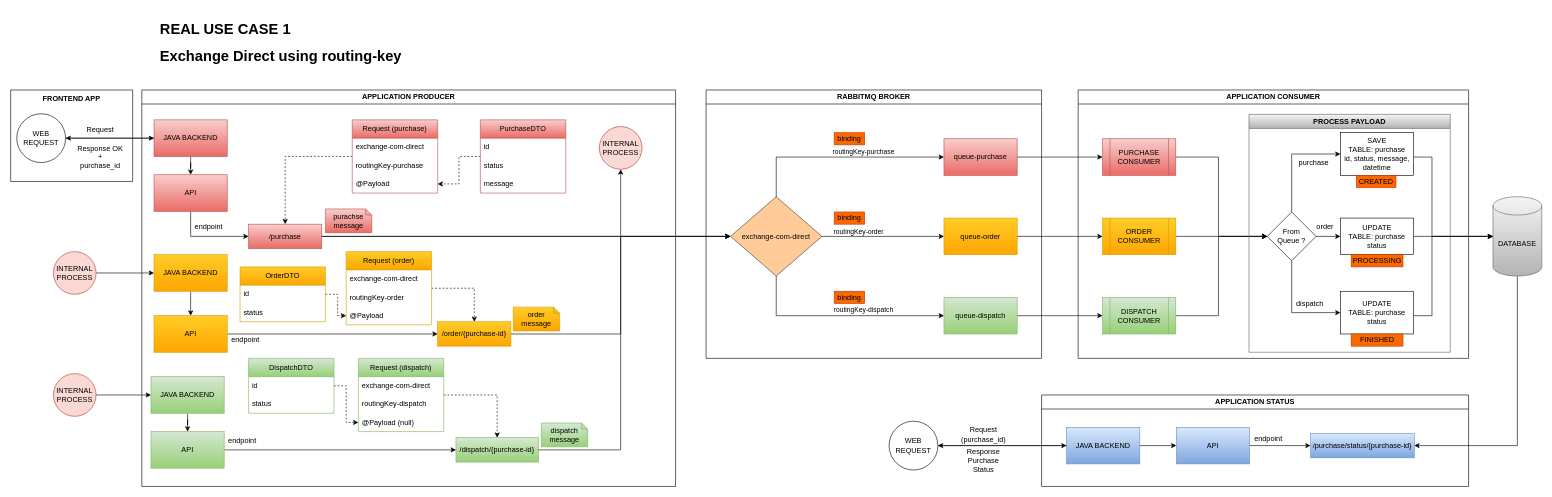
Before: page "REAL USE CASE" (2 of 4) of ec2_java_mysql_rabbitmq/midias/scheme-diagram-full.drawio in huntercodexs/docker-series, a draw.io diagram. Source tidied: cells renumbered, new cells numbered last; positions are measured from the earlier drawing's top-left corner, leaving out a move shared by most shapes. Both pictures are drawn from the tidied source at 61%, with x=0, y=0 at pixel (10, 16).
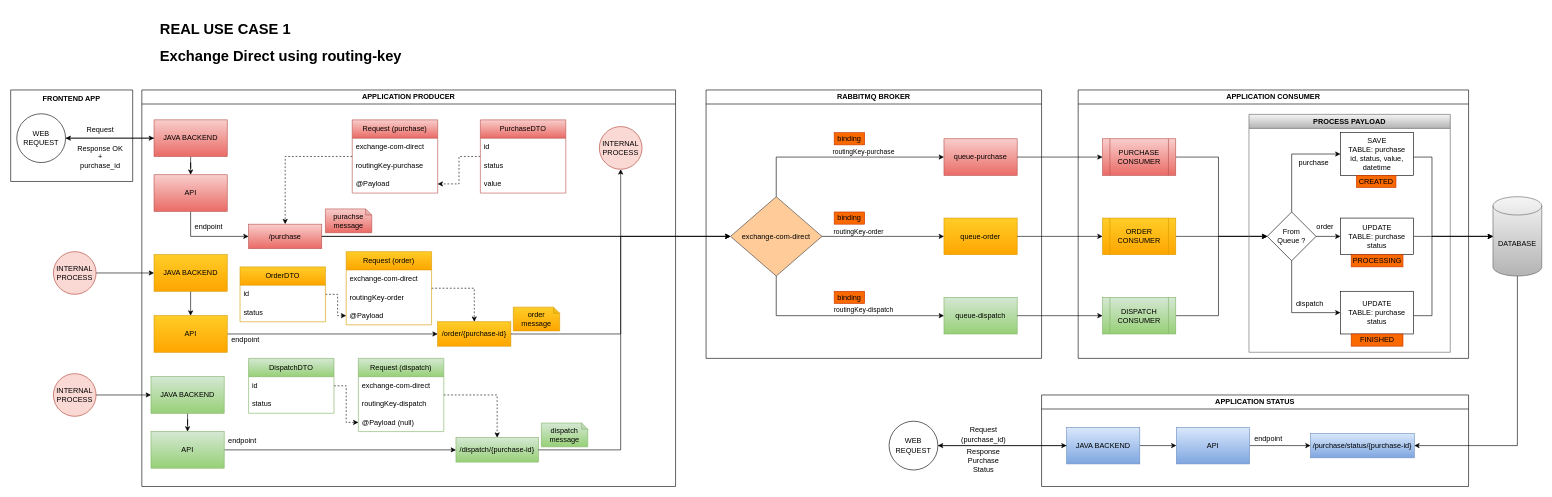
After the change.

The change refers to these unchanged cells:
```xml
<mxCell id="27" value="PurchaseDTO" style="swimlane;fontStyle=0;horizontal=1;startSize=30;whiteSpace=wrap;html=1;fillColor=#f8cecc;gradientColor=#ea6b66;strokeColor=#b85450;" parent="16" vertex="1">
  <mxGeometry x="555" y="49" width="140" height="120" as="geometry" />
</mxCell>
<mxCell id="75" value="PROCESS PAYLOAD" style="swimlane;whiteSpace=wrap;html=1;fillColor=#f5f5f5;gradientColor=#b3b3b3;strokeColor=#666666;" parent="68" vertex="1">
  <mxGeometry x="280" y="40" width="330" height="390" as="geometry" />
</mxCell>
```

Change to the diagram source:
```diff
@@
-    <mxCell id="30" value="message" style="text;strokeColor=none;fillColor=none;align=left;verticalAlign=middle;spacingLeft=4;spacingRight=4;overflow=hidden;whiteSpace=wrap;html=1;" parent="27" vertex="1">
+    <mxCell id="30" value="value" style="text;strokeColor=none;fillColor=none;align=left;verticalAlign=middle;spacingLeft=4;spacingRight=4;overflow=hidden;whiteSpace=wrap;html=1;" parent="27" vertex="1">
       <mxGeometry y="90" width="140" height="30" as="geometry" />
     </mxCell>
@@
-    <mxCell id="77" value="&lt;div&gt;SAVE&lt;/div&gt;&lt;div&gt;TABLE: purchase&lt;/div&gt;&lt;div&gt;id, status, message, datetime&lt;br&gt;&lt;/div&gt;" style="whiteSpace=wrap;html=1;" parent="75" vertex="1">
+    <mxCell id="77" value="&lt;div&gt;SAVE&lt;/div&gt;&lt;div&gt;TABLE: purchase&lt;/div&gt;&lt;div&gt;id, status, value, datetime&lt;br&gt;&lt;/div&gt;" style="whiteSpace=wrap;html=1;" parent="75" vertex="1">
       <mxGeometry x="150" y="30" width="120" height="70" as="geometry" />
     </mxCell>
```
